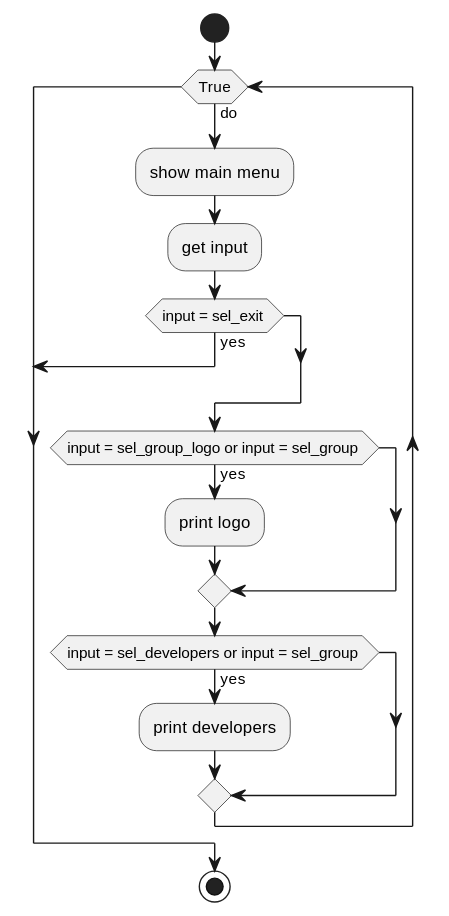
EvilSertUNI/Leybach-Straub--Abgabe-C-Programm keeps this PlantUML diagram as program-structure.svg. Above is the earlier version.
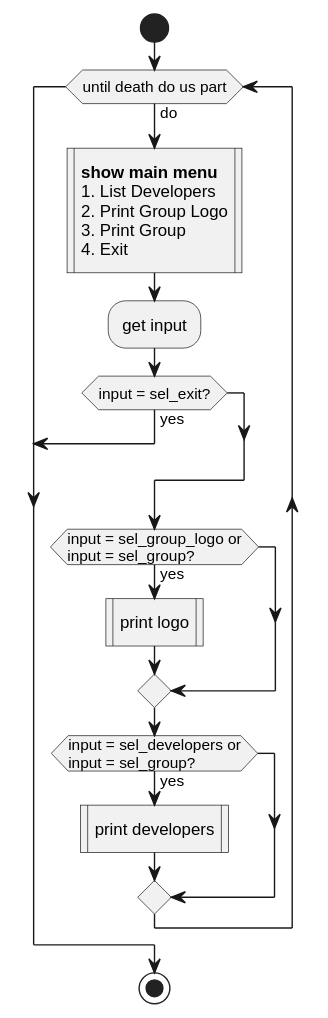
Above is the later version.

The edit, as a diff of the source:
```diff
@@ -1,16 +1,20 @@
 @startuml
 start
-while (True) is (do)
-  :show main menu;
+while (until death do us part) is (do)
+  :**show main menu**
+  1. List Developers
+  2. Print Group Logo
+  3. Print Group
+  4. Exit; <<procedure>>
   :get input;
-  if (input = sel_exit ) then (yes)
+  if (input = sel_exit?) then (yes)
     break
   endif
-  if (input = sel_group_logo or input = sel_group ) then (yes)
-    <<procedure>> :print logo;
+  if (input = sel_group_logo or\ninput = sel_group?) then (yes)
+     :print logo; <<procedure>>
   endif
-  if (input = sel_developers or input = sel_group ) then (yes)
-    <<procedure>> :print developers;
+  if (input = sel_developers or\ninput = sel_group?) then (yes)
+    :print developers; <<procedure>>
   endif
 endwhile
 stop
```
